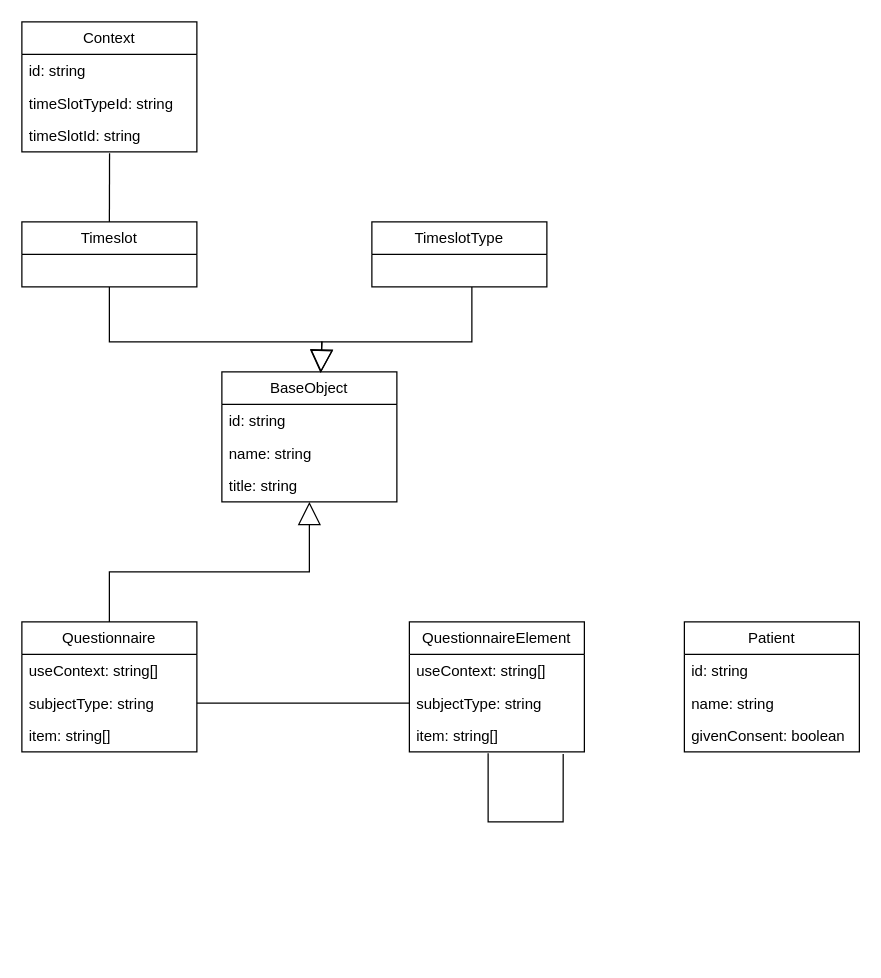
KthKreiSch/mm_patient keeps this draw.io diagram as diagrams/Class_App.drawio. Above is the earlier version. Source tidied: cells renumbered, new cells numbered last; positions are measured from the earlier drawing's top-left corner, leaving out a move shared by most shapes. Both pictures are drawn from the tidied source at 125%, with x=0, y=0 at pixel (21, 21).
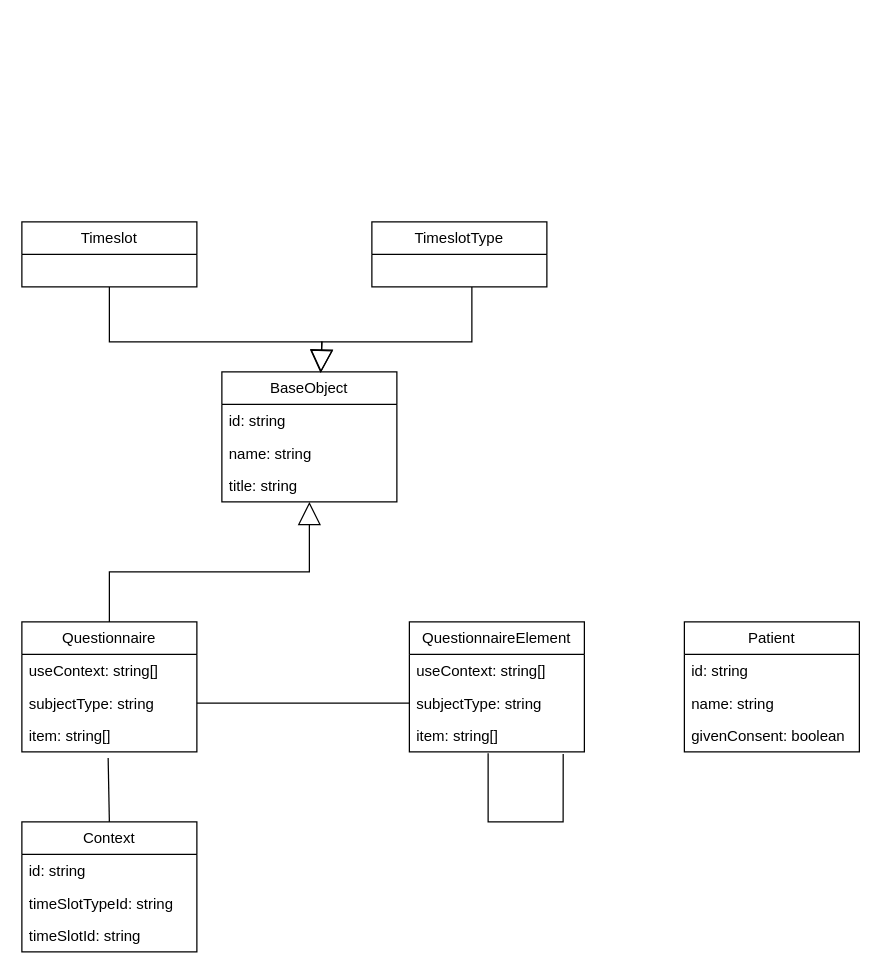
The same diagram, later.

Commit message (it also covers changes not shown here):
Fixed error in class diagram

Unchanged cells that the change refers to:
```xml
<mxCell id="6" value="Timeslot" style="swimlane;fontStyle=0;horizontal=1;startSize=26;fillColor=none;whiteSpace=wrap;html=1;" parent="1" vertex="1">
  <mxGeometry y="160" width="140" height="52" as="geometry" />
</mxCell>
<mxCell id="11" value="timeSlotId: string" style="text;strokeColor=none;fillColor=none;align=left;verticalAlign=top;spacingLeft=4;spacingRight=4;overflow=hidden;points=[[0,0.5],[1,0.5]];portConstraint=eastwest;whiteSpace=wrap;html=1;" parent="8" vertex="1">
  <mxGeometry y="78" width="140" height="26" as="geometry" />
</mxCell>
<mxCell id="15" value="item: string[]" style="text;strokeColor=none;fillColor=none;align=left;verticalAlign=top;spacingLeft=4;spacingRight=4;overflow=hidden;points=[[0,0.5],[1,0.5]];portConstraint=eastwest;whiteSpace=wrap;html=1;" parent="12" vertex="1">
  <mxGeometry y="78" width="140" height="26" as="geometry" />
</mxCell>
```

Diff of the diagram source:
```diff
@@
     <mxCell id="8" value="Context" style="swimlane;fontStyle=0;horizontal=1;startSize=26;fillColor=none;whiteSpace=wrap;html=1;" parent="1" vertex="1">
-      <mxGeometry width="140" height="104" as="geometry" />
+      <mxGeometry y="640" width="140" height="104" as="geometry" />
     </mxCell>
@@
-    <mxCell id="29" style="endArrow=none;html=1;rounded=0;exitX=0.5;exitY=0;exitDx=0;exitDy=0;entryX=0.501;entryY=1.044;entryDx=0;entryDy=0;entryPerimeter=0;" parent="1" edge="1" source="6" target="11">
+    <mxCell id="29" style="endArrow=none;html=1;rounded=0;entryX=0.5;entryY=0;entryDx=0;entryDy=0;exitX=0.493;exitY=1.192;exitDx=0;exitDy=0;exitPerimeter=0;" parent="1" edge="1" source="15" target="8">
       <mxGeometry relative="1" as="geometry" />
     </mxCell>
```
